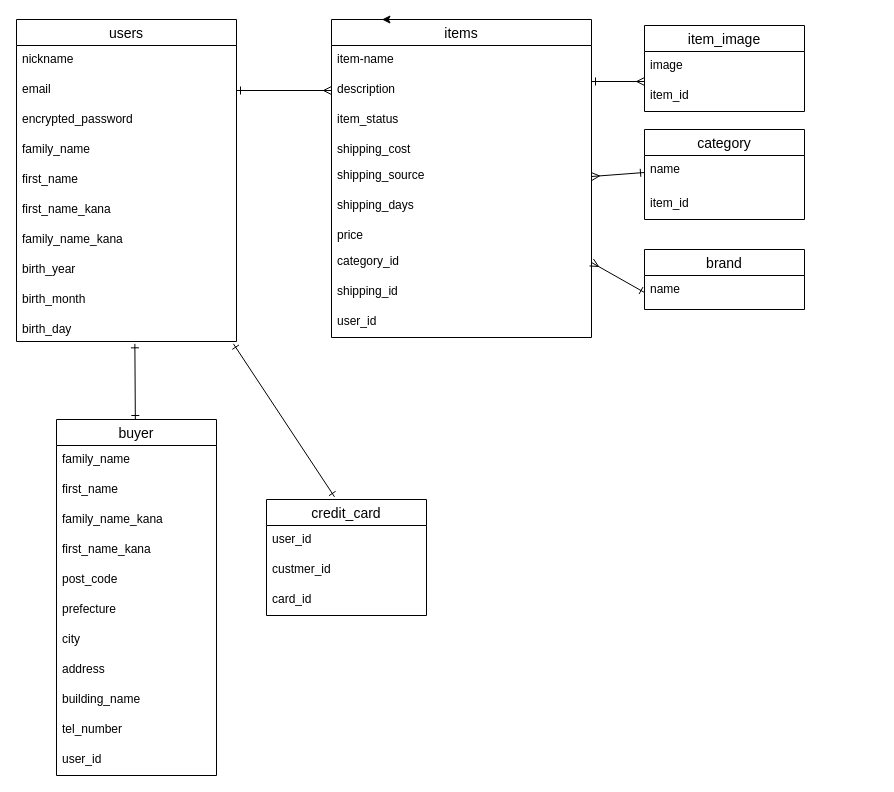
This is test.dio from Shimshin21/furima-37024, a draw.io file, before an edit. Source tidied: cells renumbered, new cells numbered last; positions are measured from the earlier drawing's top-left corner, leaving out a move shared by most shapes. Both pictures are drawn from the tidied source at 100%, with x=0, y=0 at pixel (16, 19).
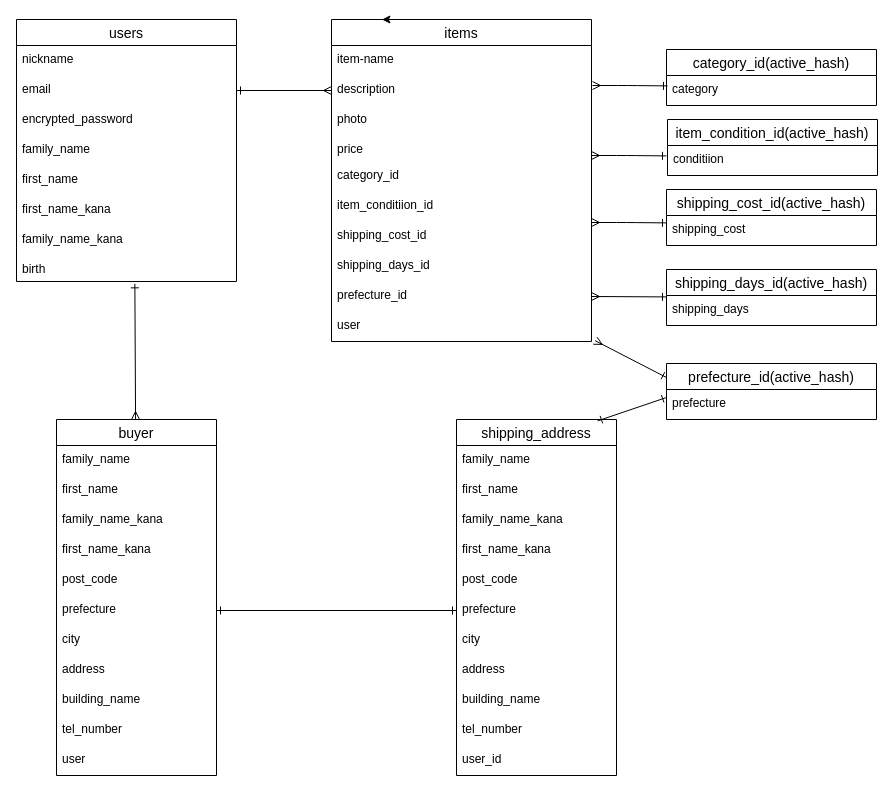
The same diagram, later.

Unchanged cells that the change refers to:
```xml
<mxCell id="28" value="buyer" style="swimlane;fontStyle=0;horizontal=1;startSize=26;align=center;fontSize=14;" parent="1" vertex="1">
  <mxGeometry x="40" y="400" width="160" height="356" as="geometry" />
</mxCell>
<mxCell id="34" value="prefecture" style="text;strokeColor=none;fillColor=none;spacingLeft=4;spacingRight=4;overflow=hidden;points=[[0,0.5],[1,0.5]];portConstraint=eastwest;fontSize=12;" parent="28" vertex="1">
  <mxGeometry y="176" width="160" height="30" as="geometry" />
</mxCell>
```

The edit, as a diff of the source:
```diff
@@
     <mxCell id="2" value="users" style="swimlane;fontStyle=0;horizontal=1;startSize=26;align=center;fontSize=14;" parent="1" vertex="1">
-      <mxGeometry width="220" height="322" as="geometry" />
+      <mxGeometry width="220" height="262" as="geometry" />
     </mxCell>
@@
-    <mxCell id="10" value="birth_year" style="text;strokeColor=none;fillColor=none;spacingLeft=4;spacingRight=4;overflow=hidden;fontSize=12;" parent="2" vertex="1">
-      <mxGeometry y="236" width="220" height="30" as="geometry" />
-    </mxCell>
-    <mxCell id="11" value="birth_month" style="text;strokeColor=none;fillColor=none;spacingLeft=4;spacingRight=4;overflow=hidden;fontSize=12;" parent="2" vertex="1">
-      <mxGeometry y="266" width="220" height="30" as="geometry" />
-    </mxCell>
-    <mxCell id="12" value="birth_day" style="text;strokeColor=none;fillColor=none;spacingLeft=4;spacingRight=4;overflow=hidden;points=[[0,0.5],[1,0.5]];portConstraint=eastwest;fontSize=12;" parent="2" vertex="1">
-      <mxGeometry y="296" width="220" height="26" as="geometry" />
+    <mxCell id="12" value="birth" style="text;strokeColor=none;fillColor=none;spacingLeft=4;spacingRight=4;overflow=hidden;points=[[0,0.5],[1,0.5]];portConstraint=eastwest;fontSize=12;" parent="2" vertex="1">
+      <mxGeometry y="236" width="220" height="26" as="geometry" />
     </mxCell>
-    <mxCell id="13" style="edgeStyle=elbowEdgeStyle;html=1;entryX=0.001;entryY=0.997;entryDx=0;entryDy=0;entryPerimeter=0;endArrow=ERmany;endFill=0;elbow=vertical;startArrow=ERone;startFill=0;" parent="1" edge="1" source="14" target="46">
-      <mxGeometry relative="1" as="geometry" />
-    </mxCell>
     <mxCell id="14" value="items" style="swimlane;fontStyle=0;horizontal=1;startSize=26;align=center;fontSize=14;" parent="1" vertex="1">
-      <mxGeometry x="315" width="260" height="318" as="geometry" />
+      <mxGeometry x="315" width="260" height="322" as="geometry" />
     </mxCell>
@@
-    <mxCell id="17" value="item_status" style="text;strokeColor=none;fillColor=none;spacingLeft=4;spacingRight=4;overflow=hidden;fontSize=12;" parent="14" vertex="1">
+    <mxCell id="17" value="photo" style="text;strokeColor=none;fillColor=none;spacingLeft=4;spacingRight=4;overflow=hidden;fontSize=12;" parent="14" vertex="1">
       <mxGeometry y="86" width="260" height="30" as="geometry" />
     </mxCell>
-    <mxCell id="18" value="shipping_cost" style="text;strokeColor=none;fillColor=none;spacingLeft=4;spacingRight=4;overflow=hidden;fontSize=12;" parent="14" vertex="1">
-      <mxGeometry y="116" width="260" height="26" as="geometry" />
-    </mxCell>
-    <mxCell id="19" value="shipping_source" style="text;strokeColor=none;fillColor=none;spacingLeft=4;spacingRight=4;overflow=hidden;points=[[0,0.5],[1,0.5]];portConstraint=eastwest;fontSize=12;" parent="14" vertex="1">
-      <mxGeometry y="142" width="260" height="30" as="geometry" />
-    </mxCell>
-    <mxCell id="20" value="shipping_days" style="text;strokeColor=none;fillColor=none;spacingLeft=4;spacingRight=4;overflow=hidden;fontSize=12;" parent="14" vertex="1">
-      <mxGeometry y="172" width="260" height="30" as="geometry" />
-    </mxCell>
     <mxCell id="21" value="price" style="text;strokeColor=none;fillColor=none;spacingLeft=4;spacingRight=4;overflow=hidden;fontSize=12;" parent="14" vertex="1">
-      <mxGeometry y="202" width="260" height="26" as="geometry" />
+      <mxGeometry y="116" width="260" height="26" as="geometry" />
     </mxCell>
-    <mxCell id="22" value="category_id" style="text;strokeColor=none;fillColor=none;spacingLeft=4;spacingRight=4;overflow=hidden;points=[[0,0.5],[1,0.5]];portConstraint=eastwest;fontSize=12;" parent="14" vertex="1">
-      <mxGeometry y="228" width="260" height="30" as="geometry" />
-    </mxCell>
-    <mxCell id="23" value="shipping_id" style="text;strokeColor=none;fillColor=none;spacingLeft=4;spacingRight=4;overflow=hidden;fontSize=12;" parent="14" vertex="1">
-      <mxGeometry y="258" width="260" height="30" as="geometry" />
-    </mxCell>
-    <mxCell id="24" value="user_id" style="text;strokeColor=none;fillColor=none;spacingLeft=4;spacingRight=4;overflow=hidden;fontSize=12;" parent="14" vertex="1">
-      <mxGeometry y="288" width="260" height="30" as="geometry" />
+    <mxCell id="24" value="category_id" style="text;strokeColor=none;fillColor=none;spacingLeft=4;spacingRight=4;overflow=hidden;fontSize=12;" parent="14" vertex="1">
+      <mxGeometry y="142" width="260" height="30" as="geometry" />
     </mxCell>
+    <mxCell id="55" value="item_conditiion_id" style="text;strokeColor=none;fillColor=none;spacingLeft=4;spacingRight=4;overflow=hidden;fontSize=12;" parent="14" vertex="1">
+      <mxGeometry y="172" width="260" height="30" as="geometry" />
+    </mxCell>
+    <mxCell id="56" value="shipping_cost_id" style="text;strokeColor=none;fillColor=none;spacingLeft=4;spacingRight=4;overflow=hidden;fontSize=12;" parent="14" vertex="1">
+      <mxGeometry y="202" width="260" height="30" as="geometry" />
+    </mxCell>
+    <mxCell id="57" value="shipping_days_id" style="text;strokeColor=none;fillColor=none;spacingLeft=4;spacingRight=4;overflow=hidden;fontSize=12;" parent="14" vertex="1">
+      <mxGeometry y="232" width="260" height="30" as="geometry" />
+    </mxCell>
+    <mxCell id="58" value="prefecture_id" style="text;strokeColor=none;fillColor=none;spacingLeft=4;spacingRight=4;overflow=hidden;points=[[0,0.5],[1,0.5]];portConstraint=eastwest;fontSize=12;" parent="14" vertex="1">
+      <mxGeometry y="262" width="260" height="30" as="geometry" />
+    </mxCell>
+    <mxCell id="59" value="user" style="text;strokeColor=none;fillColor=none;spacingLeft=4;spacingRight=4;overflow=hidden;points=[[0,0.5],[1,0.5]];portConstraint=eastwest;fontSize=12;" parent="14" vertex="1">
+      <mxGeometry y="292" width="260" height="30" as="geometry" />
+    </mxCell>
@@
-    <mxCell id="27" style="edgeStyle=none;html=1;entryX=0.538;entryY=1.09;entryDx=0;entryDy=0;entryPerimeter=0;endArrow=ERone;endFill=0;startArrow=ERone;startFill=0;" parent="1" edge="1" source="28" target="12">
+    <mxCell id="27" style="edgeStyle=none;html=1;entryX=0.538;entryY=1.09;entryDx=0;entryDy=0;entryPerimeter=0;endArrow=ERone;endFill=0;startArrow=ERmany;startFill=0;" parent="1" edge="1" source="28" target="12">
       <mxGeometry relative="1" as="geometry" />
     </mxCell>
@@
-    <mxCell id="39" value="user_id" style="text;strokeColor=none;fillColor=none;spacingLeft=4;spacingRight=4;overflow=hidden;fontSize=12;" parent="28" vertex="1">
+    <mxCell id="39" value="user" style="text;strokeColor=none;fillColor=none;spacingLeft=4;spacingRight=4;overflow=hidden;fontSize=12;" parent="28" vertex="1">
       <mxGeometry y="326" width="160" height="30" as="geometry" />
     </mxCell>
-    <mxCell id="40" style="edgeStyle=none;html=1;exitX=0.425;exitY=-0.023;exitDx=0;exitDy=0;endArrow=ERone;endFill=0;entryX=0.986;entryY=1.09;entryDx=0;entryDy=0;entryPerimeter=0;exitPerimeter=0;startArrow=ERone;startFill=0;" parent="1" edge="1" source="41" target="12">
-      <mxGeometry relative="1" as="geometry" />
-    </mxCell>
-    <mxCell id="41" value="credit_card" style="swimlane;fontStyle=0;horizontal=1;startSize=26;align=center;fontSize=14;" parent="1" vertex="1">
-      <mxGeometry x="250" y="480" width="160" height="116" as="geometry" />
-    </mxCell>
+    <mxCell id="45" value="category_id(active_hash)" style="swimlane;fontStyle=0;horizontal=1;startSize=26;align=center;fontSize=14;" parent="1" vertex="1">
+      <mxGeometry x="650" y="30" width="210" height="56" as="geometry" />
+    </mxCell>
+    <mxCell id="48" value="category" style="text;strokeColor=none;fillColor=none;spacingLeft=4;spacingRight=4;overflow=hidden;fontSize=12;" parent="45" vertex="1">
+      <mxGeometry y="26" width="210" height="30" as="geometry" />
+    </mxCell>
+    <mxCell id="60" value="shipping_address" style="swimlane;fontStyle=0;horizontal=1;startSize=26;align=center;fontSize=14;" parent="1" vertex="1">
+      <mxGeometry x="440" y="400" width="160" height="356" as="geometry" />
+    </mxCell>
+    <mxCell id="61" value="family_name" style="text;strokeColor=none;fillColor=none;spacingLeft=4;spacingRight=4;overflow=hidden;fontSize=12;" parent="60" vertex="1">
+      <mxGeometry y="26" width="160" height="30" as="geometry" />
+    </mxCell>
+    <mxCell id="62" value="first_name" style="text;strokeColor=none;fillColor=none;spacingLeft=4;spacingRight=4;overflow=hidden;fontSize=12;" parent="60" vertex="1">
+      <mxGeometry y="56" width="160" height="30" as="geometry" />
+    </mxCell>
+    <mxCell id="63" value="family_name_kana" style="text;strokeColor=none;fillColor=none;spacingLeft=4;spacingRight=4;overflow=hidden;fontSize=12;" parent="60" vertex="1">
+      <mxGeometry y="86" width="160" height="30" as="geometry" />
+    </mxCell>
+    <mxCell id="64" value="first_name_kana" style="text;strokeColor=none;fillColor=none;spacingLeft=4;spacingRight=4;overflow=hidden;fontSize=12;" parent="60" vertex="1">
+      <mxGeometry y="116" width="160" height="30" as="geometry" />
+    </mxCell>
+    <mxCell id="65" value="post_code" style="text;strokeColor=none;fillColor=none;spacingLeft=4;spacingRight=4;overflow=hidden;fontSize=12;" parent="60" vertex="1">
+      <mxGeometry y="146" width="160" height="30" as="geometry" />
+    </mxCell>
+    <mxCell id="66" value="prefecture" style="text;strokeColor=none;fillColor=none;spacingLeft=4;spacingRight=4;overflow=hidden;points=[[0,0.5],[1,0.5]];portConstraint=eastwest;fontSize=12;" parent="60" vertex="1">
+      <mxGeometry y="176" width="160" height="30" as="geometry" />
+    </mxCell>
+    <mxCell id="67" value="city" style="text;strokeColor=none;fillColor=none;spacingLeft=4;spacingRight=4;overflow=hidden;fontSize=12;" parent="60" vertex="1">
+      <mxGeometry y="206" width="160" height="30" as="geometry" />
+    </mxCell>
+    <mxCell id="68" value="address" style="text;strokeColor=none;fillColor=none;spacingLeft=4;spacingRight=4;overflow=hidden;fontSize=12;" parent="60" vertex="1">
+      <mxGeometry y="236" width="160" height="30" as="geometry" />
+    </mxCell>
+    <mxCell id="69" value="building_name" style="text;strokeColor=none;fillColor=none;spacingLeft=4;spacingRight=4;overflow=hidden;fontSize=12;" parent="60" vertex="1">
+      <mxGeometry y="266" width="160" height="30" as="geometry" />
+    </mxCell>
+    <mxCell id="70" value="tel_number" style="text;strokeColor=none;fillColor=none;spacingLeft=4;spacingRight=4;overflow=hidden;fontSize=12;" parent="60" vertex="1">
+      <mxGeometry y="296" width="160" height="30" as="geometry" />
+    </mxCell>
-    <mxCell id="42" value="user_id" style="text;strokeColor=none;fillColor=none;spacingLeft=4;spacingRight=4;overflow=hidden;fontSize=12;" parent="41" vertex="1">
-      <mxGeometry y="26" width="160" height="30" as="geometry" />
+    <mxCell id="42" value="user_id" style="text;strokeColor=none;fillColor=none;spacingLeft=4;spacingRight=4;overflow=hidden;fontSize=12;" parent="60" vertex="1">
+      <mxGeometry y="326" width="160" height="30" as="geometry" />
     </mxCell>
-    <mxCell id="43" value="custmer_id" style="text;strokeColor=none;fillColor=none;spacingLeft=4;spacingRight=4;overflow=hidden;fontSize=12;" parent="41" vertex="1">
-      <mxGeometry y="56" width="160" height="30" as="geometry" />
-    </mxCell>
-    <mxCell id="44" value="card_id" style="text;strokeColor=none;fillColor=none;spacingLeft=4;spacingRight=4;overflow=hidden;fontSize=12;" parent="41" vertex="1">
-      <mxGeometry y="86" width="160" height="30" as="geometry" />
-    </mxCell>
-    <mxCell id="45" value="item_image" style="swimlane;fontStyle=0;horizontal=1;startSize=26;align=center;fontSize=14;" parent="1" vertex="1">
-      <mxGeometry x="628" y="6" width="160" height="86" as="geometry" />
-    </mxCell>
-    <mxCell id="46" value="image" style="text;strokeColor=none;fillColor=none;spacingLeft=4;spacingRight=4;overflow=hidden;points=[[0,0.5],[1,0.5]];portConstraint=eastwest;fontSize=12;" parent="45" vertex="1">
-      <mxGeometry y="26" width="160" height="30" as="geometry" />
-    </mxCell>
-    <mxCell id="47" value="item_id" style="text;strokeColor=none;fillColor=none;spacingLeft=4;spacingRight=4;overflow=hidden;fontSize=12;" parent="45" vertex="1">
-      <mxGeometry y="56" width="160" height="30" as="geometry" />
-    </mxCell>
-    <mxCell id="48" value="category" style="swimlane;fontStyle=0;horizontal=1;startSize=26;align=center;fontSize=14;" parent="1" vertex="1">
-      <mxGeometry x="628" y="110" width="160" height="90" as="geometry" />
-    </mxCell>
-    <mxCell id="49" value="name" style="text;strokeColor=none;fillColor=none;spacingLeft=4;spacingRight=4;overflow=hidden;points=[[0,0.5],[1,0.5]];portConstraint=eastwest;fontSize=12;" parent="48" vertex="1">
-      <mxGeometry y="26" width="160" height="34" as="geometry" />
-    </mxCell>
-    <mxCell id="50" value="item_id" style="text;strokeColor=none;fillColor=none;spacingLeft=4;spacingRight=4;overflow=hidden;fontSize=12;" parent="48" vertex="1">
-      <mxGeometry y="60" width="160" height="30" as="geometry" />
-    </mxCell>
-    <mxCell id="51" value="brand" style="swimlane;fontStyle=0;horizontal=1;startSize=26;align=center;fontSize=14;" parent="1" vertex="1">
-      <mxGeometry x="628" y="230" width="160" height="60" as="geometry" />
-    </mxCell>
-    <mxCell id="52" value="name" style="text;strokeColor=none;fillColor=none;spacingLeft=4;spacingRight=4;overflow=hidden;points=[[0,0.5],[1,0.5]];portConstraint=eastwest;fontSize=12;" parent="51" vertex="1">
-      <mxGeometry y="26" width="160" height="34" as="geometry" />
-    </mxCell>
-    <mxCell id="53" style="edgeStyle=none;html=1;exitX=1;exitY=0.5;exitDx=0;exitDy=0;entryX=0;entryY=0.5;entryDx=0;entryDy=0;endArrow=ERone;endFill=0;startArrow=ERmany;startFill=0;" parent="1" edge="1" source="19" target="49">
-      <mxGeometry relative="1" as="geometry" />
-    </mxCell>
-    <mxCell id="54" style="edgeStyle=none;html=1;exitX=1;exitY=0.5;exitDx=0;exitDy=0;entryX=0;entryY=0.5;entryDx=0;entryDy=0;endArrow=ERone;endFill=0;startArrow=ERmany;startFill=0;" parent="1" edge="1" source="22" target="52">
-      <mxGeometry relative="1" as="geometry" />
-    </mxCell>
+    <mxCell id="71" style="html=1;exitX=1;exitY=0.5;exitDx=0;exitDy=0;entryX=0;entryY=0.5;entryDx=0;entryDy=0;startArrow=ERone;startFill=0;endArrow=ERone;endFill=0;" parent="1" edge="1" source="34" target="66">
+      <mxGeometry relative="1" as="geometry" />
+    </mxCell>
+    <mxCell id="72" value="item_condition_id(active_hash)" style="swimlane;fontStyle=0;horizontal=1;startSize=26;align=center;fontSize=14;" parent="1" vertex="1">
+      <mxGeometry x="651" y="100" width="210" height="56" as="geometry" />
+    </mxCell>
+    <mxCell id="73" value="conditiion" style="text;strokeColor=none;fillColor=none;spacingLeft=4;spacingRight=4;overflow=hidden;fontSize=12;" parent="72" vertex="1">
+      <mxGeometry y="26" width="210" height="30" as="geometry" />
+    </mxCell>
+    <mxCell id="74" value="shipping_cost_id(active_hash)" style="swimlane;fontStyle=0;horizontal=1;startSize=26;align=center;fontSize=14;" parent="1" vertex="1">
+      <mxGeometry x="650" y="170" width="210" height="56" as="geometry" />
+    </mxCell>
+    <mxCell id="18" value="shipping_cost" style="text;strokeColor=none;fillColor=none;spacingLeft=4;spacingRight=4;overflow=hidden;fontSize=12;" parent="74" vertex="1">
+      <mxGeometry y="26" width="210" height="30" as="geometry" />
+    </mxCell>
+    <mxCell id="75" style="edgeStyle=none;html=1;exitX=0;exitY=0.5;exitDx=0;exitDy=0;entryX=0.882;entryY=-0.013;entryDx=0;entryDy=0;entryPerimeter=0;startArrow=ERone;startFill=0;endArrow=ERone;endFill=0;" parent="1" edge="1">
+      <mxGeometry relative="1" as="geometry">
+        <mxPoint x="650" y="378" as="sourcePoint" />
+        <mxPoint x="581.1" y="401.4" as="targetPoint" />
+      </mxGeometry>
+    </mxCell>
+    <mxCell id="76" style="edgeStyle=none;html=1;exitX=0;exitY=0.25;exitDx=0;exitDy=0;startArrow=ERone;startFill=0;endArrow=ERmany;endFill=0;entryX=1.014;entryY=0.973;entryDx=0;entryDy=0;entryPerimeter=0;" parent="1" edge="1" source="77" target="59">
+      <mxGeometry relative="1" as="geometry" />
+    </mxCell>
+    <mxCell id="77" value="prefecture_id(active_hash)" style="swimlane;fontStyle=0;horizontal=1;startSize=26;align=center;fontSize=14;" parent="1" vertex="1">
+      <mxGeometry x="650" y="344" width="210" height="56" as="geometry" />
+    </mxCell>
+    <mxCell id="78" value="prefecture" style="text;strokeColor=none;fillColor=none;spacingLeft=4;spacingRight=4;overflow=hidden;fontSize=12;" parent="77" vertex="1">
+      <mxGeometry y="26" width="210" height="30" as="geometry" />
+    </mxCell>
+    <mxCell id="79" style="edgeStyle=none;html=1;startArrow=ERone;startFill=0;endArrow=ERmany;endFill=0;entryX=1;entryY=0.5;entryDx=0;entryDy=0;" parent="1" edge="1" source="80" target="58">
+      <mxGeometry relative="1" as="geometry" />
+    </mxCell>
+    <mxCell id="80" value="shipping_days_id(active_hash)" style="swimlane;fontStyle=0;horizontal=1;startSize=26;align=center;fontSize=14;" parent="1" vertex="1">
+      <mxGeometry x="650" y="250" width="210" height="56" as="geometry" />
+    </mxCell>
+    <mxCell id="20" value="shipping_days" style="text;strokeColor=none;fillColor=none;spacingLeft=4;spacingRight=4;overflow=hidden;fontSize=12;" parent="80" vertex="1">
+      <mxGeometry y="26" width="210" height="30" as="geometry" />
+    </mxCell>
+    <mxCell id="81" style="edgeStyle=none;html=1;startArrow=ERone;startFill=0;endArrow=ERmany;endFill=0;entryX=1;entryY=0.5;entryDx=0;entryDy=0;" parent="1" edge="1">
+      <mxGeometry relative="1" as="geometry">
+        <mxPoint x="650" y="203.4" as="sourcePoint" />
+        <mxPoint x="575" y="203" as="targetPoint" />
+        <Array as="points">
+          <mxPoint x="610" y="203" />
+        </Array>
+      </mxGeometry>
+    </mxCell>
+    <mxCell id="82" style="edgeStyle=none;html=1;startArrow=ERone;startFill=0;endArrow=ERmany;endFill=0;entryX=1;entryY=0.5;entryDx=0;entryDy=0;" parent="1" edge="1">
+      <mxGeometry relative="1" as="geometry">
+        <mxPoint x="650" y="136.4" as="sourcePoint" />
+        <mxPoint x="575" y="136" as="targetPoint" />
+        <Array as="points">
+          <mxPoint x="610" y="136" />
+        </Array>
+      </mxGeometry>
+    </mxCell>
+    <mxCell id="83" style="edgeStyle=none;html=1;startArrow=ERone;startFill=0;endArrow=ERmany;endFill=0;entryX=1;entryY=0.5;entryDx=0;entryDy=0;" parent="1" edge="1">
+      <mxGeometry relative="1" as="geometry">
+        <mxPoint x="651" y="66.4" as="sourcePoint" />
+        <mxPoint x="576" y="66" as="targetPoint" />
+        <Array as="points">
+          <mxPoint x="611" y="66" />
+        </Array>
+      </mxGeometry>
+    </mxCell>
```
